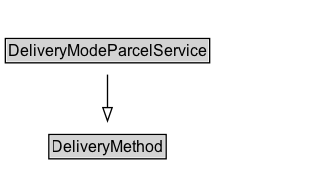
The Graphviz diagram docs/diagrams/DeliveryModeParcelService.dot.png in k-vaughn/ontology-import-gr, before a commit. Its source is kept beside it as docs/diagrams/DeliveryModeParcelService.dot.
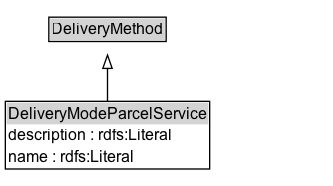
The same file after the commit.

Change to the diagram source:
```diff
@@ -2,7 +2,11 @@
 	graph [overlap=false rankdir=TB splines=true]
 	node [fontname=Arial fontsize=12 margin=0 shape=none]
 	edge [fontname=Arial fontsize=11]
-	DeliveryModeParcelService [label=<<TABLE BORDER="1" CELLBORDER="0" CELLSPACING="0" CELLPADDING="1"><TR><TD BGCOLOR="lightgray" ALIGN="CENTER">DeliveryModeParcelService</TD></TR></TABLE>> URL="../DeliveryModeParcelService" margin=0]
+	{
+		rank=source
+		DeliveryMethod [label=<<TABLE BORDER="1" CELLBORDER="0" CELLSPACING="0" CELLPADDING="1"><TR><TD BGCOLOR="lightgray" ALIGN="CENTER">DeliveryMethod</TD></TR></TABLE>> URL="../DeliveryMethod" margin=0]
+	}
+	DeliveryModeParcelService [label=<<TABLE BORDER="1" CELLBORDER="0" CELLSPACING="0" CELLPADDING="1"><TR><TD BGCOLOR="lightgray" ALIGN="CENTER">DeliveryModeParcelService</TD></TR><TR><TD ALIGN="LEFT">description : rdfs:Literal</TD></TR><TR><TD ALIGN="LEFT">name : rdfs:Literal</TD></TR></TABLE>> URL="../DeliveryModeParcelService" margin=0]
 	{
 		rank=max
 	}
@@ -10,6 +14,5 @@
 		label="" style=invis
 		Invis [label=<<TABLE BORDER="0" CELLBORDER="0" CELLSPACING="0" CELLPADDING="1"><TR><TD></TD></TR></TABLE>> margin=0 style=invis]
 	}
-	DeliveryMethod [label=<<TABLE BORDER="1" CELLBORDER="0" CELLSPACING="0" CELLPADDING="1"><TR><TD BGCOLOR="lightgray" ALIGN="CENTER">DeliveryMethod</TD></TR></TABLE>> URL="../DeliveryMethod" margin=0]
 	DeliveryModeParcelService -> DeliveryMethod [arrowhead=onormal style=solid]
 }
```
